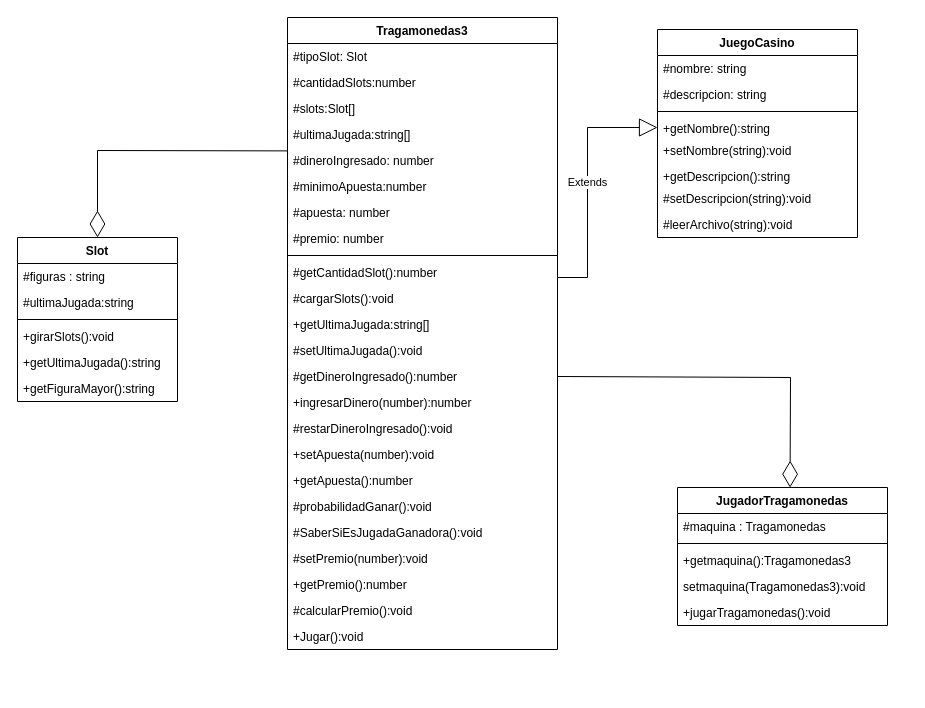
Before: page "TRAGAMONEDAS3" (2 of 6) of MaquinaTragamonedas.drawio in gceballos23/Casino, a draw.io diagram. Source tidied: cells renumbered, new cells numbered last; positions are measured from the earlier drawing's top-left corner, leaving out a move shared by most shapes. Both pictures are drawn from the tidied source at 100%, with x=0, y=0 at pixel (17, 17).
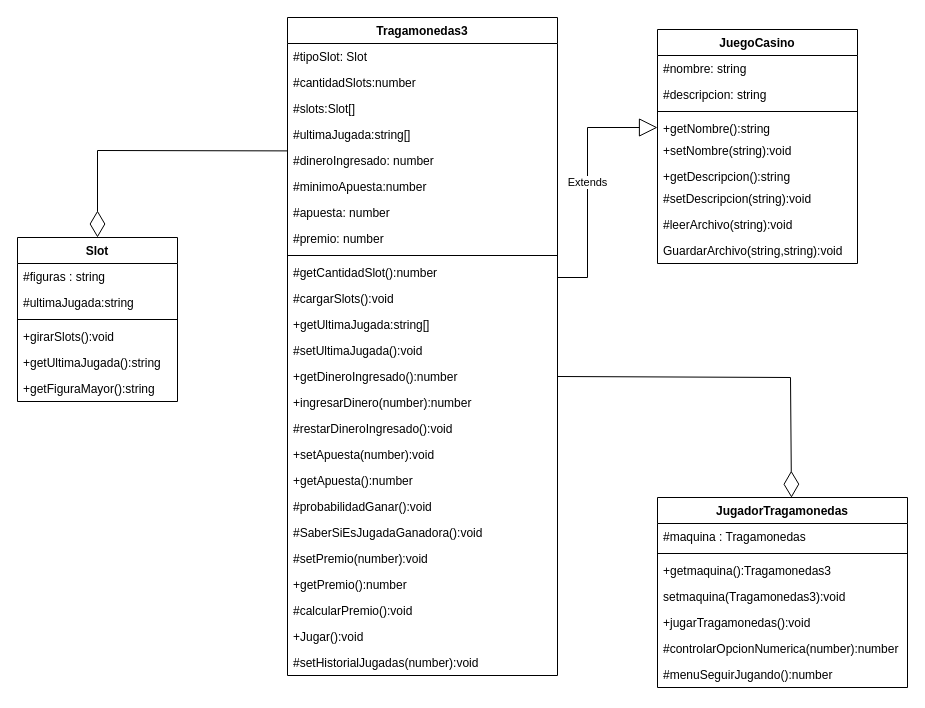
After the change.

Change to the diagram source:
```diff
@@
     <mxCell id="9" value="Tragamonedas3" style="swimlane;fontStyle=1;align=center;verticalAlign=top;horizontal=1;startSize=26;" parent="1" vertex="1">
-      <mxGeometry x="270" width="270" height="632" as="geometry" />
+      <mxGeometry x="270" width="270" height="658" as="geometry" />
     </mxCell>
@@
-    <mxCell id="23" value="#getDineroIngresado():number" style="text;strokeColor=none;fillColor=none;align=left;verticalAlign=top;spacingLeft=4;spacingRight=4;overflow=hidden;points=[[0,0.5],[1,0.5]];portConstraint=eastwest;" parent="9" vertex="1">
+    <mxCell id="23" value="+getDineroIngresado():number" style="text;strokeColor=none;fillColor=none;align=left;verticalAlign=top;spacingLeft=4;spacingRight=4;overflow=hidden;points=[[0,0.5],[1,0.5]];portConstraint=eastwest;" parent="9" vertex="1">
       <mxGeometry y="346" width="270" height="26" as="geometry" />
     </mxCell>
@@
+    <mxCell id="52" value="#setHistorialJugadas(number):void" style="text;strokeColor=none;fillColor=none;align=left;verticalAlign=top;spacingLeft=4;spacingRight=4;overflow=hidden;" parent="9" vertex="1">
+      <mxGeometry y="632" width="270" height="26" as="geometry" />
+    </mxCell>
     <mxCell id="34" value="JugadorTragamonedas" style="swimlane;fontStyle=1;align=center;verticalAlign=top;horizontal=1;startSize=26;" parent="1" vertex="1">
-      <mxGeometry x="660" y="470" width="210" height="138" as="geometry" />
+      <mxGeometry x="640" y="480" width="250" height="190" as="geometry" />
     </mxCell>
     <mxCell id="35" value="#maquina : Tragamonedas" style="text;strokeColor=none;fillColor=none;align=left;verticalAlign=top;spacingLeft=4;spacingRight=4;overflow=hidden;" parent="34" vertex="1">
-      <mxGeometry y="26" width="210" height="26" as="geometry" />
+      <mxGeometry y="26" width="250" height="26" as="geometry" />
     </mxCell>
     <mxCell id="36" style="line;strokeWidth=1;fillColor=none;align=left;verticalAlign=middle;spacingTop=-1;spacingLeft=3;spacingRight=3;labelPosition=right;strokeColor=inherit;" parent="34" vertex="1">
-      <mxGeometry y="52" width="210" height="8" as="geometry" />
+      <mxGeometry y="52" width="250" height="8" as="geometry" />
     </mxCell>
     <mxCell id="37" value="+getmaquina():Tragamonedas3" style="text;strokeColor=none;fillColor=none;align=left;verticalAlign=top;spacingLeft=4;spacingRight=4;overflow=hidden;" parent="34" vertex="1">
-      <mxGeometry y="60" width="210" height="26" as="geometry" />
+      <mxGeometry y="60" width="250" height="26" as="geometry" />
     </mxCell>
     <mxCell id="38" value="setmaquina(Tragamonedas3):void" style="text;strokeColor=none;fillColor=none;align=left;verticalAlign=top;spacingLeft=4;spacingRight=4;overflow=hidden;" parent="34" vertex="1">
-      <mxGeometry y="86" width="210" height="26" as="geometry" />
+      <mxGeometry y="86" width="250" height="26" as="geometry" />
     </mxCell>
     <mxCell id="39" value="+jugarTragamonedas():void" style="text;strokeColor=none;fillColor=none;align=left;verticalAlign=top;spacingLeft=4;spacingRight=4;overflow=hidden;" parent="34" vertex="1">
-      <mxGeometry y="112" width="210" height="26" as="geometry" />
+      <mxGeometry y="112" width="250" height="26" as="geometry" />
     </mxCell>
+    <mxCell id="53" value="#controlarOpcionNumerica(number):number" style="text;strokeColor=none;fillColor=none;align=left;verticalAlign=top;spacingLeft=4;spacingRight=4;overflow=hidden;" parent="34" vertex="1">
+      <mxGeometry y="138" width="250" height="26" as="geometry" />
+    </mxCell>
+    <mxCell id="54" value="#menuSeguirJugando():number" style="text;strokeColor=none;fillColor=none;align=left;verticalAlign=top;spacingLeft=4;spacingRight=4;overflow=hidden;" parent="34" vertex="1">
+      <mxGeometry y="164" width="250" height="26" as="geometry" />
+    </mxCell>
@@
     <mxCell id="43" value="JuegoCasino" style="swimlane;fontStyle=1;align=center;verticalAlign=top;horizontal=1;startSize=26;" parent="1" vertex="1">
-      <mxGeometry x="640" y="12" width="200" height="208" as="geometry" />
+      <mxGeometry x="640" y="12" width="200" height="234" as="geometry" />
     </mxCell>
@@
+    <mxCell id="55" value="GuardarArchivo(string,string):void" style="text;strokeColor=none;fillColor=none;align=left;verticalAlign=top;spacingLeft=4;spacingRight=4;overflow=hidden;" parent="43" vertex="1">
+      <mxGeometry y="208" width="200" height="26" as="geometry" />
+    </mxCell>
```
